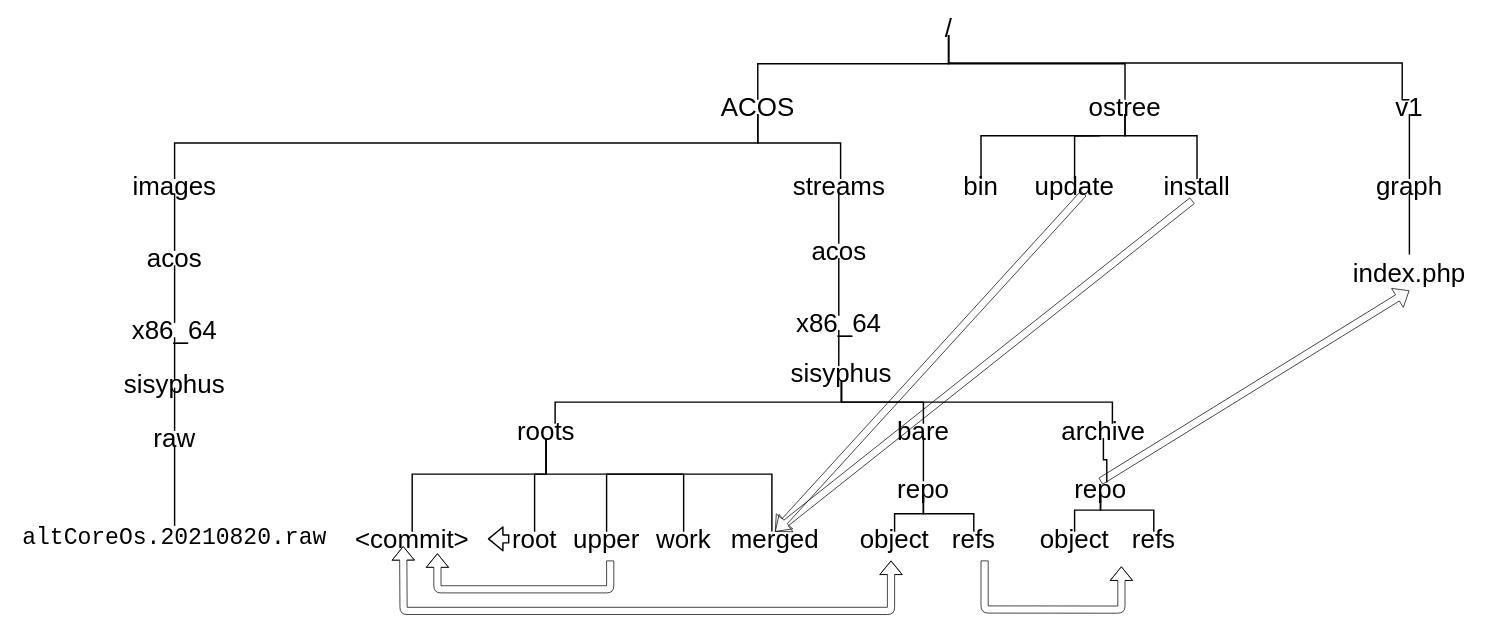
Above: docs/Images/tree.drawio in fl0pp5/getaltcos (draw.io), before the change. Source tidied: cells renumbered, new cells numbered last; positions are measured from the earlier drawing's top-left corner, leaving out a move shared by most shapes. Both pictures are drawn from the tidied source at 72%, with x=0, y=0 at pixel (12, 20).
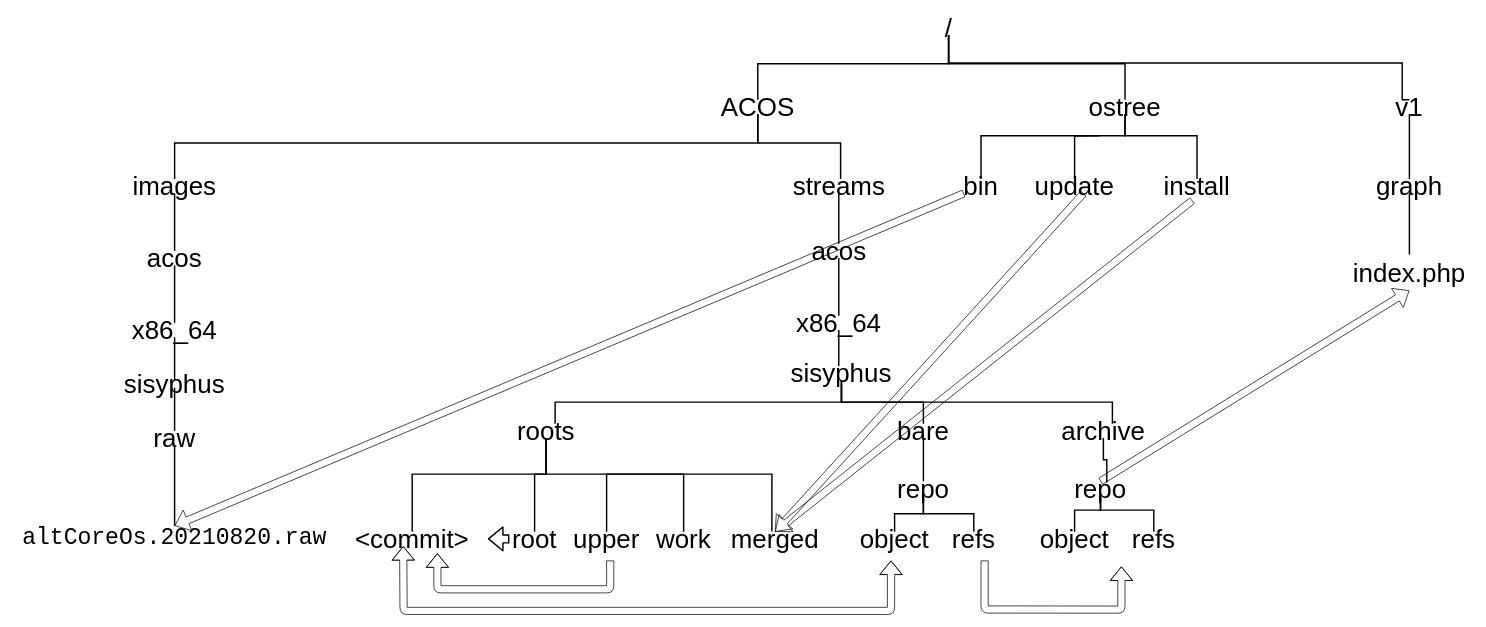
The same diagram, later.

Unchanged cells that the change refers to:
```xml
<mxCell id="59" value="&lt;span style=&quot;font-family: monospace&quot;&gt;&lt;span style=&quot;background-color: rgb(255 , 255 , 255)&quot;&gt;&lt;font style=&quot;font-size: 32px&quot;&gt;altCoreOs.20210820.raw&lt;/font&gt;&lt;/span&gt;&lt;br&gt;&lt;/span&gt;" style="text;html=1;strokeColor=none;fillColor=none;align=center;verticalAlign=middle;whiteSpace=wrap;rounded=0;" parent="1" vertex="1">
  <mxGeometry y="701.8" width="450" height="36.5" as="geometry" />
</mxCell>
<mxCell id="65" value="&lt;span style=&quot;font-size: 36px&quot;&gt;bin&lt;/span&gt;" style="text;html=1;strokeColor=none;fillColor=none;align=center;verticalAlign=middle;whiteSpace=wrap;rounded=0;" parent="1" vertex="1">
  <mxGeometry x="1320" y="220" width="50" height="20" as="geometry" />
</mxCell>
```

Change to the diagram source:
```diff
@@
+    <mxCell id="73" style="shape=flexArrow;endArrow=classic;html=1;entryX=0.5;entryY=0;entryDx=0;entryDy=0;" parent="1" edge="1" source="65" target="59">
+      <mxGeometry relative="1" as="geometry" />
+    </mxCell>
```
